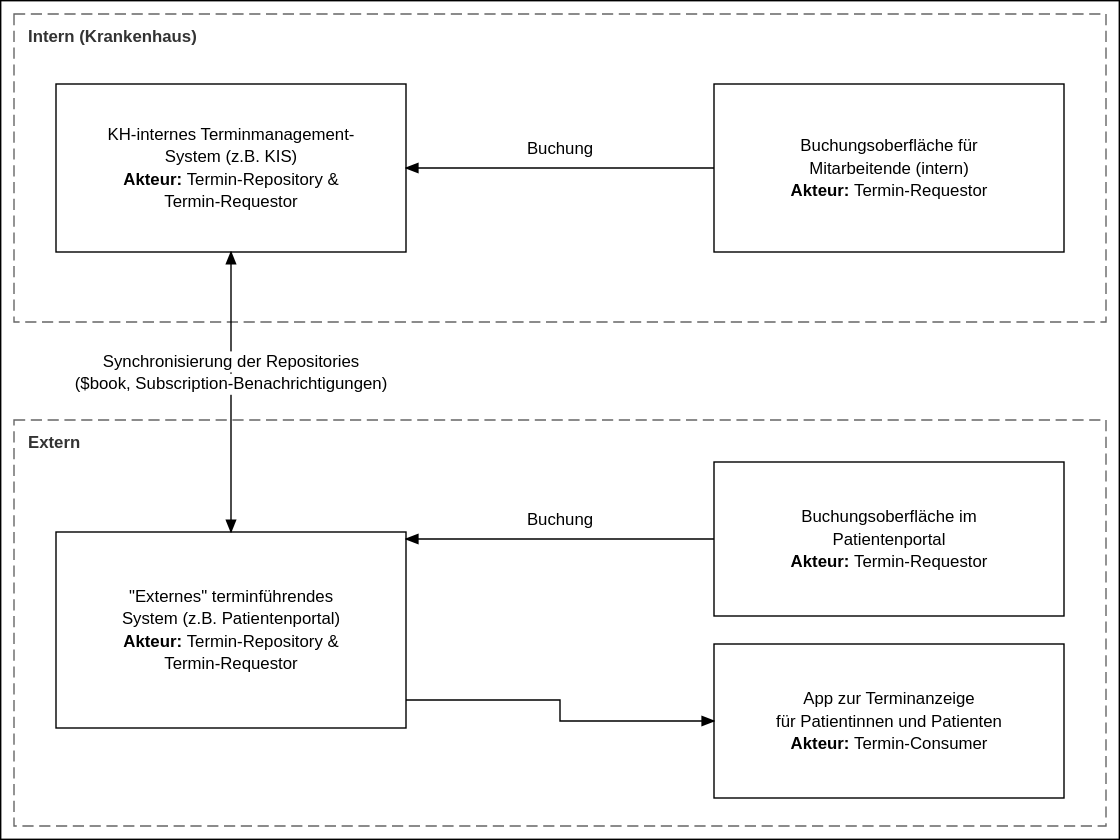
Above: publisher-guides/Terminplanung/input/images/Termin_Patientenportal_als_Repository.drawio.svg in gematik/spec-ISiK-Basismodul (draw.io), before the change. Source tidied: cells renumbered, new cells last; positions are measured from the earlier drawing's top-left corner, leaving out a move shared by most shapes.
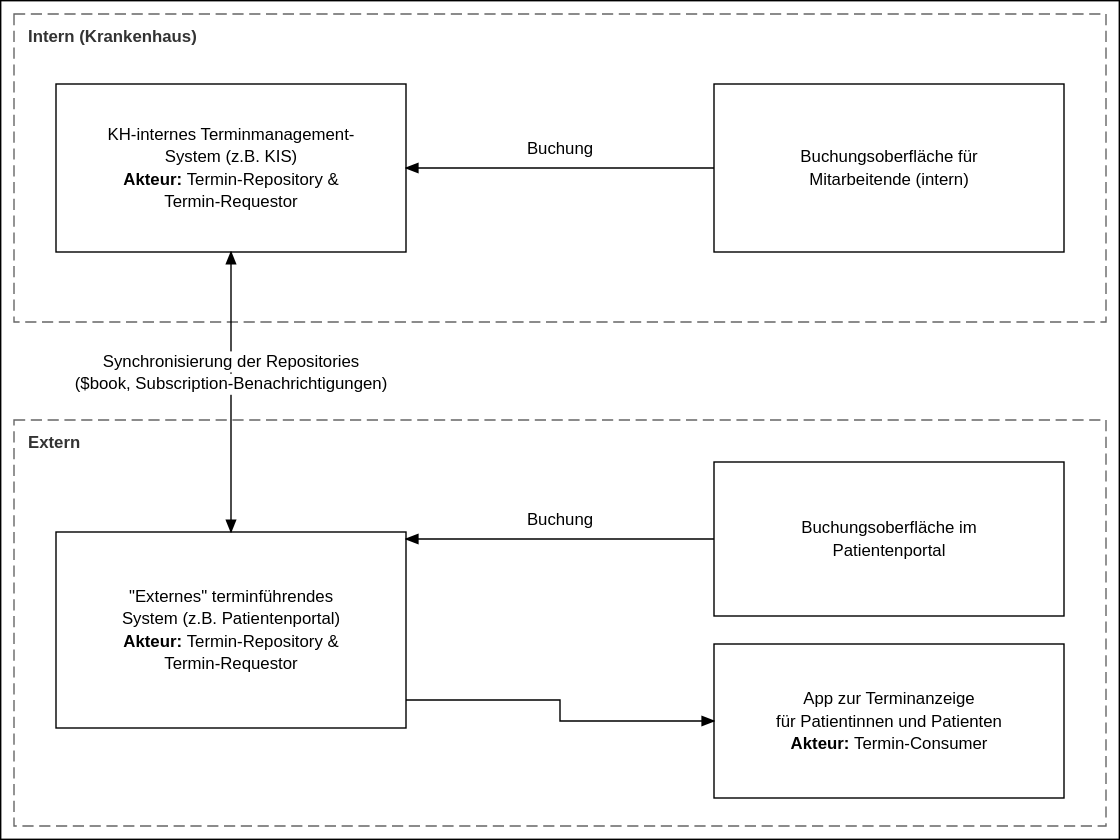
Later version of the same file.

The edit, as a diff of the source:
```diff
@@ -14,13 +14,13 @@
     <mxCell id="5" value="&lt;div&gt;KH-internes Terminmanagement-&lt;/div&gt;&lt;div&gt;System (z.B. KIS)&lt;/div&gt;&lt;div&gt;&lt;b&gt;Akteur: &lt;/b&gt;&amp;nbsp;Termin-Repository &amp;amp;&lt;/div&gt;&lt;div&gt;Termin-Requestor&lt;/div&gt;" style="rounded=0;whiteSpace=wrap;html=1;" parent="1" vertex="1">
       <mxGeometry x="40" y="60" width="250" height="120" as="geometry" />
     </mxCell>
-    <mxCell id="6" value="&lt;div&gt;Buchungsoberfläche für&lt;/div&gt;&lt;div&gt;Mitarbeitende (intern)&lt;/div&gt;&lt;div&gt;&lt;b&gt;Akteur: &lt;/b&gt;&amp;nbsp;Termin-Requestor&lt;/div&gt;" style="rounded=0;whiteSpace=wrap;html=1;" parent="1" vertex="1">
+    <mxCell id="6" value="&lt;div&gt;Buchungsoberfläche für&lt;/div&gt;&lt;div&gt;Mitarbeitende (intern)&lt;/div&gt;" style="rounded=0;whiteSpace=wrap;html=1;" parent="1" vertex="1">
       <mxGeometry x="510" y="60" width="250" height="120" as="geometry" />
     </mxCell>
     <mxCell id="7" value="&lt;div&gt;&quot;Externes&quot; terminführendes&lt;/div&gt;&lt;div&gt;System (z.B. Patientenportal)&lt;/div&gt;&lt;div&gt;&lt;b&gt;Akteur: &lt;/b&gt;&amp;nbsp;Termin-Repository &amp;&lt;/div&gt;&lt;div&gt;Termin-Requestor&lt;/div&gt;" style="rounded=0;whiteSpace=wrap;html=1;" parent="1" vertex="1">
       <mxGeometry x="40" y="380" width="250" height="140" as="geometry" />
     </mxCell>
-    <mxCell id="8" value="&lt;div&gt;Buchungsoberfläche im&lt;/div&gt;&lt;div&gt;Patientenportal&lt;/div&gt;&lt;div&gt;&lt;b&gt;Akteur: &lt;/b&gt;&amp;nbsp;Termin-Requestor&lt;/div&gt;" style="rounded=0;whiteSpace=wrap;html=1;" parent="1" vertex="1">
+    <mxCell id="8" value="&lt;div&gt;Buchungsoberfläche im&lt;/div&gt;&lt;div&gt;Patientenportal&lt;/div&gt;" style="rounded=0;whiteSpace=wrap;html=1;" parent="1" vertex="1">
       <mxGeometry x="510" y="330" width="250" height="110" as="geometry" />
     </mxCell>
     <mxCell id="9" value="&lt;div&gt;App zur Terminanzeige&lt;/div&gt;&lt;div&gt;für Patientinnen und Patienten&lt;/div&gt;&lt;div&gt;&lt;b&gt;Akteur: &lt;/b&gt;&amp;nbsp;Termin-Consumer&lt;/div&gt;" style="rounded=0;whiteSpace=wrap;html=1;" parent="1" vertex="1">
```
